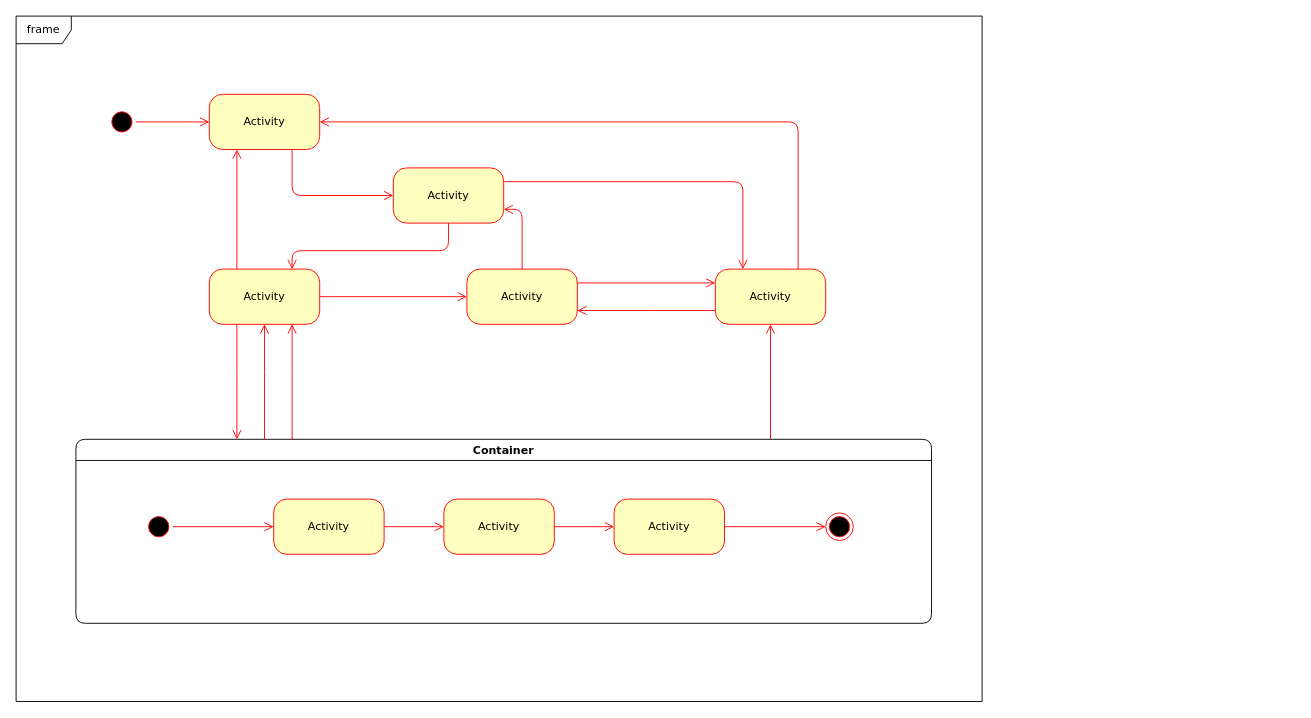
Earlier version of the draw.io diagram s1.drawio (hc7/T2024). Source tidied: cells renumbered, new cells numbered last; positions are measured from the earlier drawing's top-left corner, leaving out a move shared by most shapes. Both pictures are drawn from the tidied source at 92%, with x=0, y=0 at pixel (16, 16).
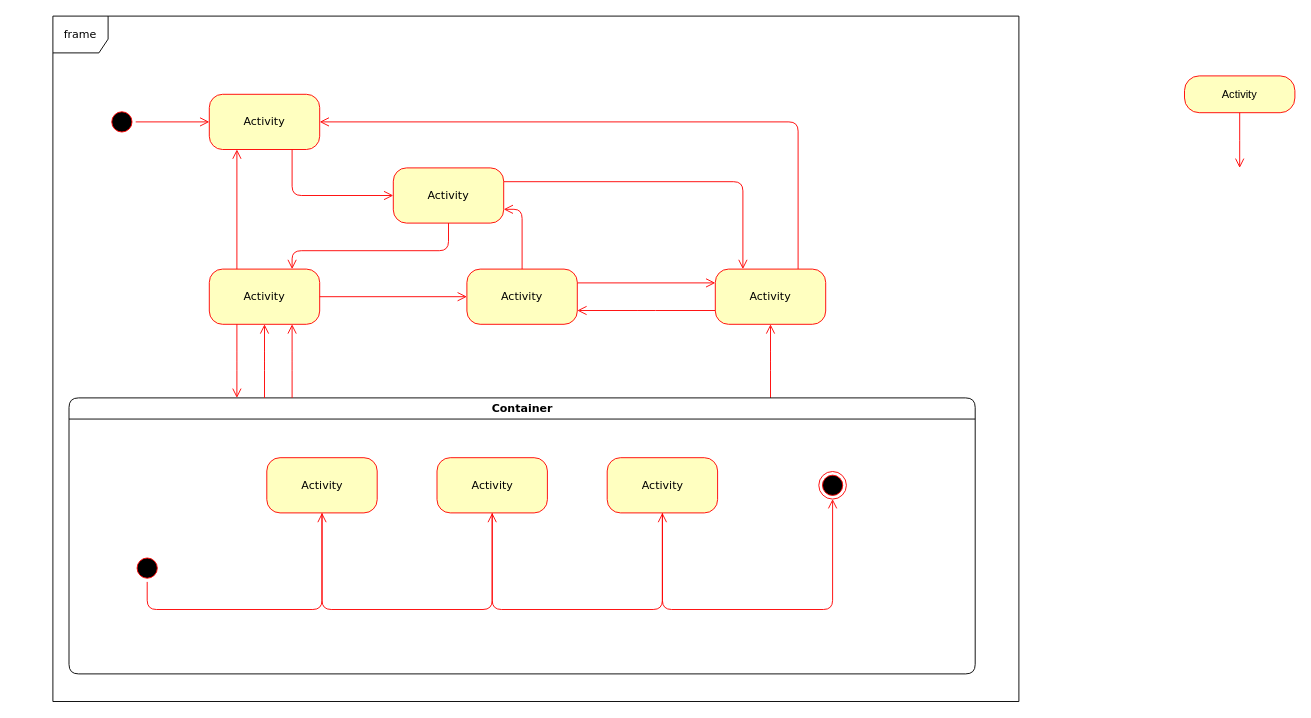
After the change.

The change refers to these unchanged cells:
```xml
<mxCell id="14" value="Activity" style="rounded=1;whiteSpace=wrap;html=1;arcSize=24;fillColor=#ffffc0;strokeColor=#ff0000;shadow=0;comic=0;labelBackgroundColor=none;fontFamily=Verdana;fontSize=12;fontColor=#000000;align=center;" parent="12" vertex="1">
  <mxGeometry x="215" y="65" width="120" height="60" as="geometry" />
</mxCell>
<mxCell id="15" style="ellipse;html=1;shape=endState;fillColor=#000000;strokeColor=#ff0000;rounded=1;shadow=0;comic=0;labelBackgroundColor=none;fontFamily=Verdana;fontSize=12;fontColor=#000000;align=center;" parent="12" vertex="1">
  <mxGeometry x="815" y="80" width="30" height="30" as="geometry" />
</mxCell>
<mxCell id="19" value="Activity" style="rounded=1;whiteSpace=wrap;html=1;arcSize=24;fillColor=#ffffc0;strokeColor=#ff0000;shadow=0;comic=0;labelBackgroundColor=none;fontFamily=Verdana;fontSize=12;fontColor=#000000;align=center;" parent="12" vertex="1">
  <mxGeometry x="400" y="65" width="120" height="60" as="geometry" />
</mxCell>
<mxCell id="21" value="Activity" style="rounded=1;whiteSpace=wrap;html=1;arcSize=24;fillColor=#ffffc0;strokeColor=#ff0000;shadow=0;comic=0;labelBackgroundColor=none;fontFamily=Verdana;fontSize=12;fontColor=#000000;align=center;" parent="12" vertex="1">
  <mxGeometry x="585" y="65" width="120" height="60" as="geometry" />
</mxCell>
```

Change to the diagram source:
```diff
@@
+    <mxCell id="22" value="frame" style="shape=umlFrame;whiteSpace=wrap;html=1;rounded=1;shadow=0;comic=0;labelBackgroundColor=none;strokeWidth=1;fontFamily=Verdana;fontSize=12;align=center;width=60;height=40;" parent="1" vertex="1">
+      <mxGeometry x="40" width="1050" height="745" as="geometry" />
+    </mxCell>
@@
     <mxCell id="12" value="Container" style="swimlane;whiteSpace=wrap;html=1;rounded=1;shadow=0;comic=0;labelBackgroundColor=none;strokeWidth=1;fontFamily=Verdana;fontSize=12;align=center;" parent="1" vertex="1">
-      <mxGeometry x="65" y="460" width="930" height="200" as="geometry" />
+      <mxGeometry x="57.5" y="415" width="985" height="300" as="geometry" />
     </mxCell>
     <mxCell id="13" style="edgeStyle=elbowEdgeStyle;html=1;labelBackgroundColor=none;endArrow=open;endSize=8;strokeColor=#ff0000;fontFamily=Verdana;fontSize=12;align=left;" parent="12" edge="1" source="14" target="19">
-      <mxGeometry relative="1" as="geometry" />
+      <mxGeometry relative="1" as="geometry">
+        <Array as="points">
+          <mxPoint x="370" y="230" />
+        </Array>
+      </mxGeometry>
     </mxCell>
@@
     <mxCell id="16" style="edgeStyle=elbowEdgeStyle;html=1;labelBackgroundColor=none;endArrow=open;endSize=8;strokeColor=#ff0000;fontFamily=Verdana;fontSize=12;align=left;" parent="12" edge="1" source="17" target="14">
-      <mxGeometry relative="1" as="geometry" />
+      <mxGeometry relative="1" as="geometry">
+        <Array as="points">
+          <mxPoint x="190" y="230" />
+        </Array>
+      </mxGeometry>
     </mxCell>
     <mxCell id="17" style="ellipse;html=1;shape=startState;fillColor=#000000;strokeColor=#ff0000;rounded=1;shadow=0;comic=0;labelBackgroundColor=none;fontFamily=Verdana;fontSize=12;fontColor=#000000;align=center;direction=south;" parent="12" vertex="1">
-      <mxGeometry x="75" y="80" width="30" height="30" as="geometry" />
+      <mxGeometry x="70" y="170" width="30" height="30" as="geometry" />
     </mxCell>
     <mxCell id="18" style="edgeStyle=elbowEdgeStyle;html=1;labelBackgroundColor=none;endArrow=open;endSize=8;strokeColor=#ff0000;fontFamily=Verdana;fontSize=12;align=left;" parent="12" edge="1" source="19" target="21">
-      <mxGeometry relative="1" as="geometry" />
+      <mxGeometry relative="1" as="geometry">
+        <Array as="points">
+          <mxPoint x="560" y="230" />
+        </Array>
+      </mxGeometry>
     </mxCell>
@@
     <mxCell id="20" style="edgeStyle=elbowEdgeStyle;html=1;labelBackgroundColor=none;endArrow=open;endSize=8;strokeColor=#ff0000;fontFamily=Verdana;fontSize=12;align=left;" parent="12" edge="1" source="21" target="15">
-      <mxGeometry relative="1" as="geometry" />
+      <mxGeometry relative="1" as="geometry">
+        <Array as="points">
+          <mxPoint x="780" y="230" />
+        </Array>
+      </mxGeometry>
     </mxCell>
@@
-    <mxCell id="22" value="frame" style="shape=umlFrame;whiteSpace=wrap;html=1;rounded=1;shadow=0;comic=0;labelBackgroundColor=none;strokeWidth=1;fontFamily=Verdana;fontSize=12;align=center;" parent="1" vertex="1">
-      <mxGeometry width="1050" height="745" as="geometry" />
-    </mxCell>
@@
+    <mxCell id="33" value="Activity" style="rounded=1;whiteSpace=wrap;html=1;arcSize=40;fontColor=#000000;fillColor=#ffffc0;strokeColor=#ff0000;" parent="1" vertex="1">
+      <mxGeometry x="1270" y="65" width="120" height="40" as="geometry" />
+    </mxCell>
+    <mxCell id="34" style="edgeStyle=orthogonalEdgeStyle;html=1;verticalAlign=bottom;endArrow=open;endSize=8;strokeColor=#ff0000;rounded=0;" parent="1" edge="1" source="33">
+      <mxGeometry relative="1" as="geometry">
+        <mxPoint x="1330" y="165" as="targetPoint" />
+      </mxGeometry>
+    </mxCell>
```
